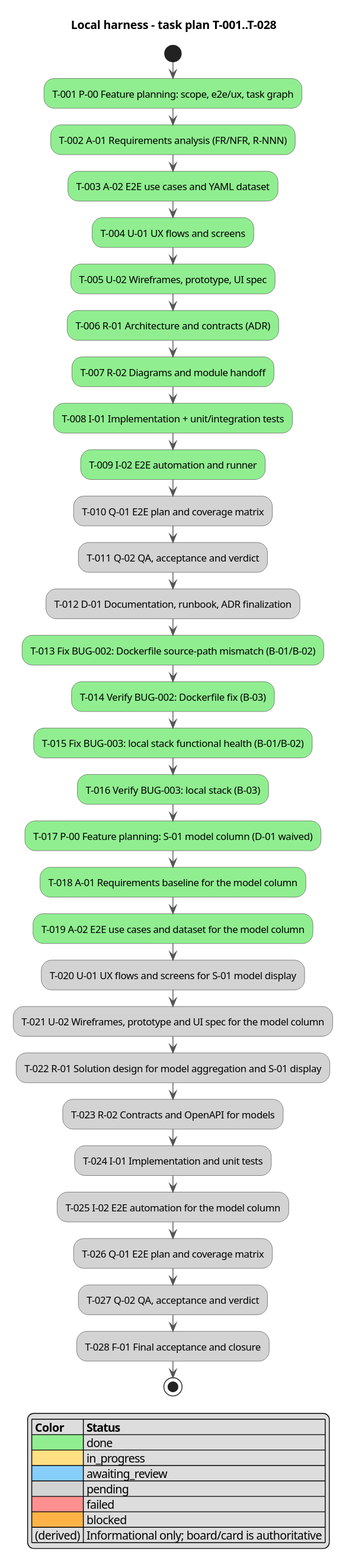
This is docs/activity.svg from serge-sasov/ai-task-tracker, a PlantUML export, as it was before one commit.
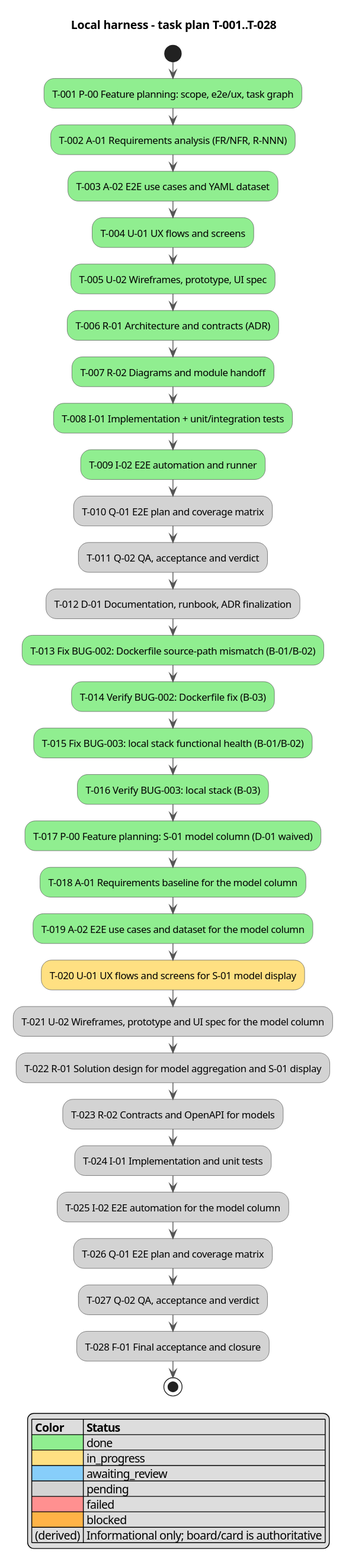
The same diagram one commit later.

Diff of the diagram source:
```diff
@@ -25,7 +25,7 @@
 :T-017 P-00 Feature planning: S-01 model column (D-01 waived); <<#90EE90>>
 :T-018 A-01 Requirements baseline for the model column; <<#90EE90>>
 :T-019 A-02 E2E use cases and dataset for the model column; <<#90EE90>>
-:T-020 U-01 UX flows and screens for S-01 model display; <<#D3D3D3>>
+:T-020 U-01 UX flows and screens for S-01 model display; <<#FFE082>>
 :T-021 U-02 Wireframes, prototype and UI spec for the model column; <<#D3D3D3>>
 :T-022 R-01 Solution design for model aggregation and S-01 display; <<#D3D3D3>>
 :T-023 R-02 Contracts and OpenAPI for models; <<#D3D3D3>>
```
